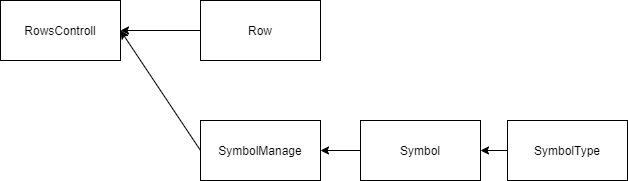
Above: shona架構.png in HyanSource/Shona (draw.io), before the change. Source tidied: cells renumbered, new cells last; positions are measured from the earlier drawing's top-left corner, leaving out a move shared by most shapes.
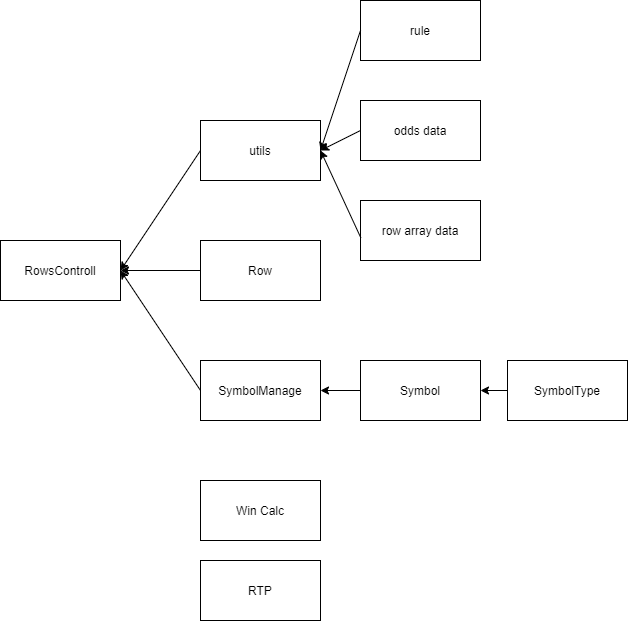
After the change.

What changed in the source:
```diff
@@ -29,5 +29,37 @@
     <mxCell id="10" style="endArrow=classic;html=1;entryX=1;entryY=0.5;entryDx=0;entryDy=0;exitX=0;exitY=0.5;exitDx=0;exitDy=0;" parent="1" edge="1" source="9" target="5">
       <mxGeometry relative="1" as="geometry" />
     </mxCell>
+    <mxCell id="11" value="utils" style="rounded=0;whiteSpace=wrap;html=1;" parent="1" vertex="1">
+      <mxGeometry x="200" y="-120" width="120" height="60" as="geometry" />
+    </mxCell>
+    <mxCell id="12" style="endArrow=classic;html=1;exitX=0;exitY=0.5;exitDx=0;exitDy=0;" parent="1" edge="1" source="11">
+      <mxGeometry relative="1" as="geometry">
+        <mxPoint x="120" y="30" as="targetPoint" />
+      </mxGeometry>
+    </mxCell>
+    <mxCell id="13" value="odds data" style="rounded=0;whiteSpace=wrap;html=1;" parent="1" vertex="1">
+      <mxGeometry x="360" y="-140" width="120" height="60" as="geometry" />
+    </mxCell>
+    <mxCell id="14" value="row array data" style="rounded=0;whiteSpace=wrap;html=1;" parent="1" vertex="1">
+      <mxGeometry x="360" y="-40" width="120" height="60" as="geometry" />
+    </mxCell>
+    <mxCell id="15" style="endArrow=classic;html=1;entryX=1;entryY=0.5;entryDx=0;entryDy=0;exitX=0;exitY=0.5;exitDx=0;exitDy=0;" parent="1" edge="1" source="13" target="11">
+      <mxGeometry relative="1" as="geometry" />
+    </mxCell>
+    <mxCell id="16" style="endArrow=classic;html=1;entryX=1;entryY=0.5;entryDx=0;entryDy=0;exitX=0.003;exitY=0.623;exitDx=0;exitDy=0;exitPerimeter=0;" parent="1" edge="1" source="14" target="11">
+      <mxGeometry relative="1" as="geometry" />
+    </mxCell>
+    <mxCell id="17" value="rule" style="rounded=0;whiteSpace=wrap;html=1;" parent="1" vertex="1">
+      <mxGeometry x="360" y="-240" width="120" height="60" as="geometry" />
+    </mxCell>
+    <mxCell id="18" style="endArrow=classic;html=1;exitX=0;exitY=0.5;exitDx=0;exitDy=0;entryX=1;entryY=0.5;entryDx=0;entryDy=0;" parent="1" edge="1" source="17" target="11">
+      <mxGeometry relative="1" as="geometry" />
+    </mxCell>
+    <mxCell id="19" value="Win Calc" style="rounded=0;whiteSpace=wrap;html=1;" parent="1" vertex="1">
+      <mxGeometry x="200" y="240" width="120" height="60" as="geometry" />
+    </mxCell>
+    <mxCell id="20" value="RTP" style="rounded=0;whiteSpace=wrap;html=1;" parent="1" vertex="1">
+      <mxGeometry x="200" y="320" width="120" height="60" as="geometry" />
+    </mxCell>
   </root>
 </mxGraphModel>
```
